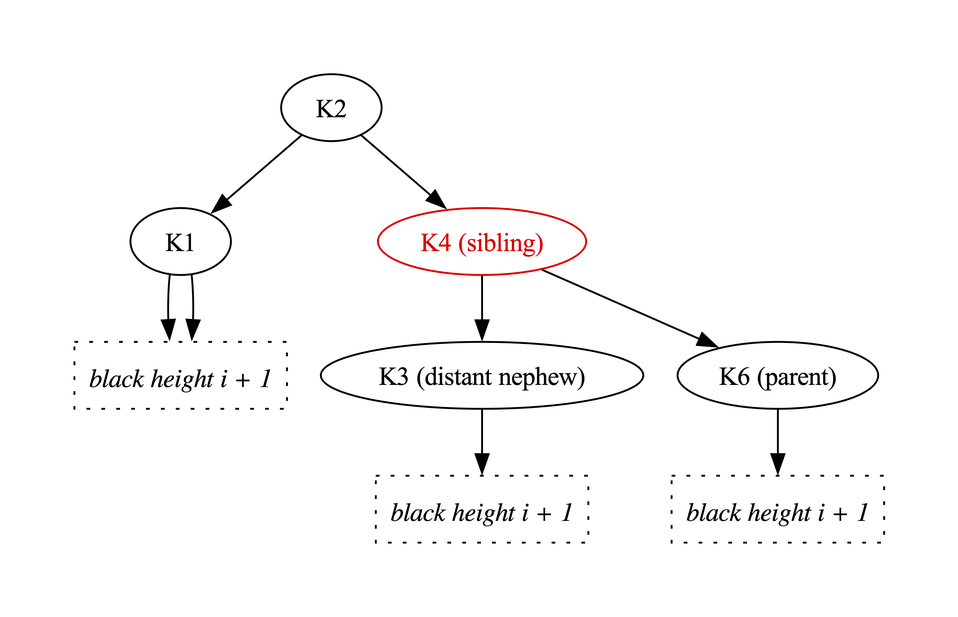
Above: Fw/DataStructures/docs/diagrams/removeBlackLeafNode/red-sibling-3.png in nasa/fprime (Graphviz), before the change. Its source is kept beside it as Fw/DataStructures/docs/diagrams/removeBlackLeafNode/red-sibling-3.dot. Source of this version:
```dot
digraph {

  K2 -> K1
  K2 -> K4

  K1 -> BH1
  K1 -> BH1

  K4 -> K3
  K4 -> K6

  K3 -> BH2
  K6 -> BH3

  K1 [label="K1"]
  K2 [label="K2"]
  K3 [label="K3 (distant nephew)"]
  K4 [label="K4 (sibling)",color="red",fontcolor="red"]
  K6 [label="K6 (parent)"]

  BH1 [shape="box",label="black height i + 1",style="dotted",fontname="Italic"]
  BH2 [shape="box",label="black height i + 1",style="dotted",fontname="Italic"]
  BH3 [shape="box",label="black height i + 1",style="dotted",fontname="Italic"]

}
```
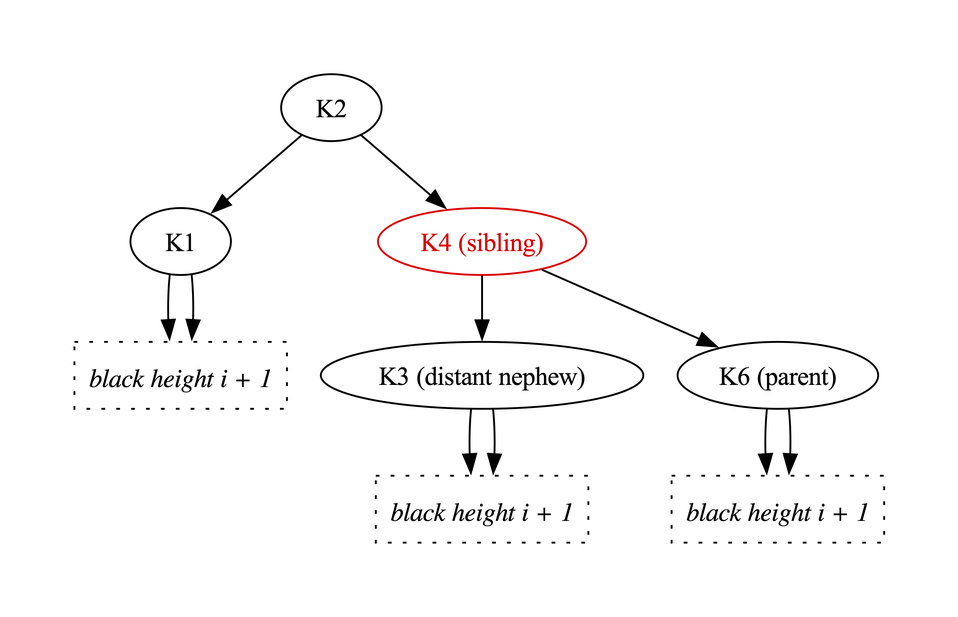
The same diagram one commit later.

What changed in the source:
```diff
@@ -10,6 +10,8 @@
   K4 -> K6
 
   K3 -> BH2
+  K3 -> BH2
+  K6 -> BH3
   K6 -> BH3
 
   K1 [label="K1"]
```
